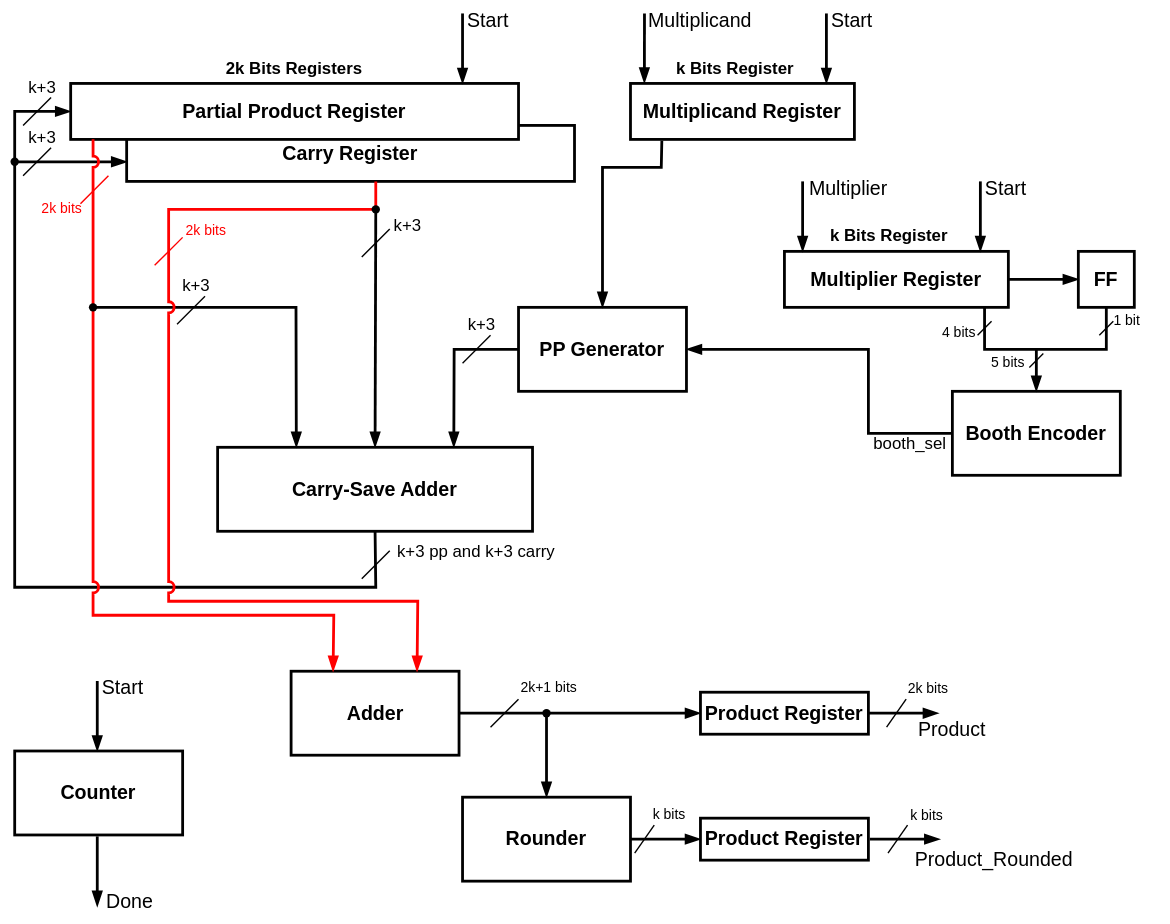
Above: docs/schematic.svg in IlBiondo97/Radix-16-Booth-Encoded-Multiplier (draw.io), before the change. Source tidied: cells renumbered, new cells last; positions are measured from the earlier drawing's top-left corner, leaving out a move shared by most shapes.
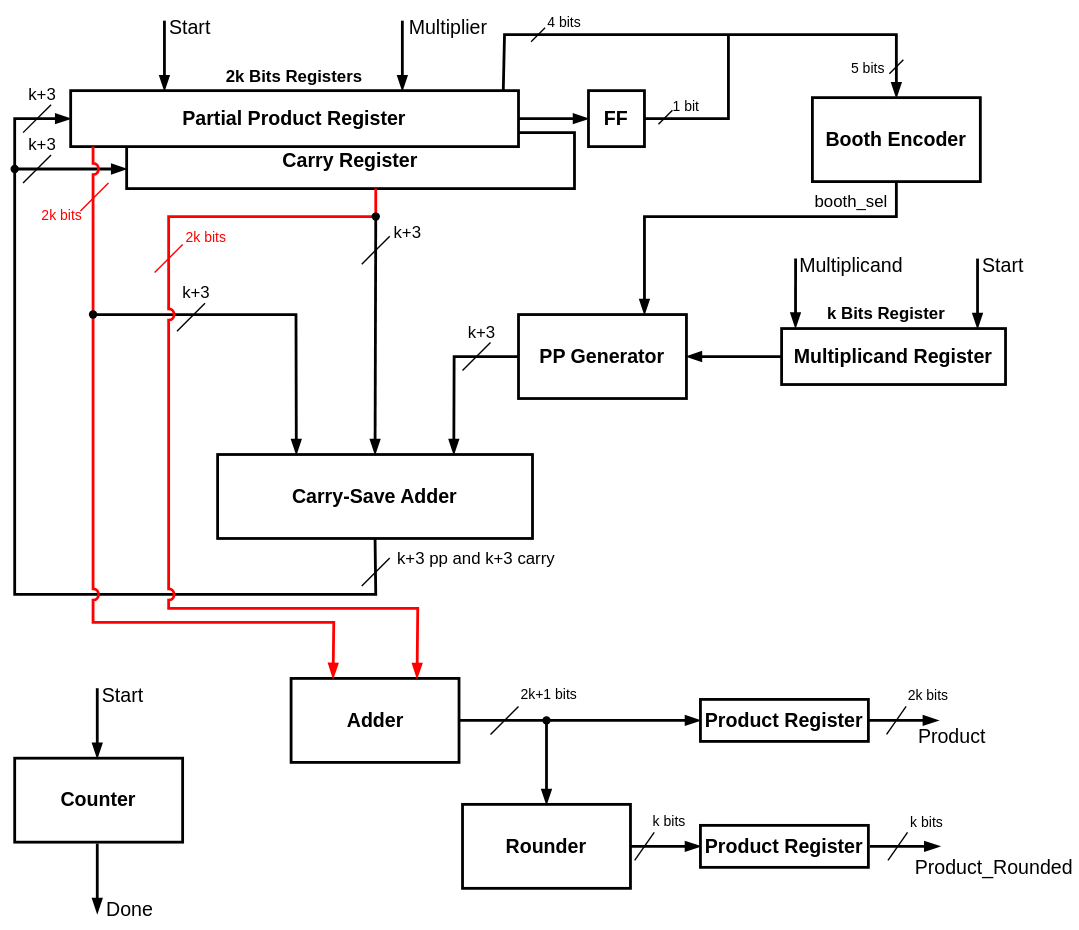
The same diagram one commit later.

Commit message:
chores: updated schematic

The edit, as a diff of the source:
```diff
@@ -12,122 +12,100 @@
       <mxGeometry x="145" y="35" width="130" height="30" as="geometry" />
     </mxCell>
     <mxCell id="5" value="&lt;b&gt;&lt;font style=&quot;font-size: 14px;&quot;&gt;Multiplicand Register&lt;/font&gt;&lt;/b&gt;" style="rounded=0;whiteSpace=wrap;html=1;strokeWidth=2;" parent="1" vertex="1">
-      <mxGeometry x="450" y="60" width="160" height="40" as="geometry" />
+      <mxGeometry x="558" y="230" width="160" height="40" as="geometry" />
     </mxCell>
-    <mxCell id="6" value="&lt;b&gt;&lt;font style=&quot;font-size: 14px;&quot;&gt;Multiplier Register&lt;/font&gt;&lt;/b&gt;" style="rounded=0;whiteSpace=wrap;html=1;strokeWidth=2;" parent="1" vertex="1">
-      <mxGeometry x="560" y="180" width="160" height="40" as="geometry" />
-    </mxCell>
     <mxCell id="7" value="&lt;b&gt;&lt;font style=&quot;font-size: 14px;&quot;&gt;FF&lt;/font&gt;&lt;/b&gt;" style="rounded=0;whiteSpace=wrap;html=1;strokeWidth=2;" parent="1" vertex="1">
-      <mxGeometry x="770" y="180" width="40" height="40" as="geometry" />
+      <mxGeometry x="420" y="60" width="40" height="40" as="geometry" />
     </mxCell>
-    <mxCell id="8" style="endArrow=blockThin;html=1;rounded=0;exitX=1;exitY=0.5;exitDx=0;exitDy=0;entryX=0;entryY=0.5;entryDx=0;entryDy=0;strokeWidth=2;endFill=1;" parent="1" edge="1" source="6" target="7">
-      <mxGeometry relative="1" as="geometry" />
+    <mxCell id="8" style="endArrow=blockThin;html=1;rounded=0;exitX=1;exitY=0.5;exitDx=0;exitDy=0;entryX=0;entryY=0.5;entryDx=0;entryDy=0;strokeWidth=2;endFill=1;" parent="1" edge="1" target="7">
+      <mxGeometry relative="1" as="geometry">
+        <mxPoint x="370" y="80" as="sourcePoint" />
+      </mxGeometry>
     </mxCell>
     <mxCell id="9" style="endArrow=blockThin;html=1;rounded=0;endFill=1;strokeWidth=2;" parent="1" edge="1">
       <mxGeometry relative="1" as="geometry">
-        <mxPoint x="330" y="10" as="sourcePoint" />
-        <mxPoint x="330" y="60" as="targetPoint" />
+        <mxPoint x="117" y="10" as="sourcePoint" />
+        <mxPoint x="117" y="60" as="targetPoint" />
       </mxGeometry>
     </mxCell>
     <mxCell id="10" style="endArrow=blockThin;html=1;rounded=0;endFill=1;strokeWidth=2;" parent="1" edge="1">
       <mxGeometry relative="1" as="geometry">
-        <mxPoint x="590" y="10" as="sourcePoint" />
-        <mxPoint x="590" y="60" as="targetPoint" />
+        <mxPoint x="698" y="180" as="sourcePoint" />
+        <mxPoint x="698" y="230" as="targetPoint" />
       </mxGeometry>
     </mxCell>
-    <mxCell id="11" style="endArrow=blockThin;html=1;rounded=0;endFill=1;strokeWidth=2;" parent="1" edge="1">
-      <mxGeometry relative="1" as="geometry">
-        <mxPoint x="700" y="130" as="sourcePoint" />
-        <mxPoint x="700" y="180" as="targetPoint" />
-      </mxGeometry>
-    </mxCell>
     <mxCell id="12" value="&lt;font style=&quot;font-size: 14px;&quot;&gt;Start&lt;/font&gt;" style="text;html=1;align=center;verticalAlign=middle;strokeColor=none;fillColor=none;" parent="1" vertex="1">
-      <mxGeometry x="323" width="50" height="30" as="geometry" />
+      <mxGeometry x="110" width="50" height="30" as="geometry" />
     </mxCell>
     <mxCell id="13" value="&lt;font style=&quot;font-size: 14px;&quot;&gt;Start&lt;/font&gt;" style="text;html=1;align=center;verticalAlign=middle;strokeColor=none;fillColor=none;" parent="1" vertex="1">
-      <mxGeometry x="583" width="50" height="30" as="geometry" />
+      <mxGeometry x="691" y="170" width="50" height="30" as="geometry" />
     </mxCell>
-    <mxCell id="14" value="&lt;font style=&quot;font-size: 14px;&quot;&gt;Start&lt;/font&gt;" style="text;html=1;align=center;verticalAlign=middle;strokeColor=none;fillColor=none;" parent="1" vertex="1">
-      <mxGeometry x="693" y="120" width="50" height="30" as="geometry" />
-    </mxCell>
     <mxCell id="15" value="&lt;font style=&quot;font-size: 14px;&quot;&gt;&lt;b&gt;Booth Encoder&lt;/b&gt;&lt;/font&gt;" style="rounded=0;whiteSpace=wrap;html=1;fillColor=default;strokeWidth=2;" parent="1" vertex="1">
-      <mxGeometry x="680" y="280" width="120" height="60" as="geometry" />
+      <mxGeometry x="580" y="65" width="120" height="60" as="geometry" />
     </mxCell>
-    <mxCell id="16" style="endArrow=blockThin;html=1;rounded=0;entryX=0.5;entryY=0;entryDx=0;entryDy=0;strokeWidth=2;endFill=1;" parent="1" edge="1" target="15">
+    <mxCell id="16" style="endArrow=blockThin;html=1;rounded=0;entryX=0.5;entryY=0;entryDx=0;entryDy=0;strokeWidth=2;endFill=1;exitX=0.966;exitY=-0.002;exitDx=0;exitDy=0;exitPerimeter=0;" parent="1" edge="1" source="3" target="15">
       <mxGeometry relative="1" as="geometry">
-        <mxPoint x="703" y="220" as="sourcePoint" />
         <Array as="points">
-          <mxPoint x="703" y="250" />
-          <mxPoint x="740" y="250" />
+          <mxPoint x="360" y="20" />
+          <mxPoint x="603" y="20" />
+          <mxPoint x="640" y="20" />
+          <mxPoint x="640" y="35" />
         </Array>
       </mxGeometry>
     </mxCell>
-    <mxCell id="17" style="endArrow=none;html=1;rounded=0;entryX=0.5;entryY=1;entryDx=0;entryDy=0;strokeWidth=2;" parent="1" edge="1" target="7">
-      <mxGeometry relative="1" as="geometry">
-        <mxPoint x="740" y="250" as="sourcePoint" />
-        <Array as="points">
-          <mxPoint x="790" y="250" />
-        </Array>
-      </mxGeometry>
-    </mxCell>
     <mxCell id="18" style="endArrow=none;html=1;rounded=0;" parent="1" edge="1">
       <mxGeometry relative="1" as="geometry">
-        <mxPoint x="698" y="240" as="sourcePoint" />
-        <mxPoint x="708" y="230" as="targetPoint" />
+        <mxPoint x="379" y="25" as="sourcePoint" />
+        <mxPoint x="389" y="15" as="targetPoint" />
       </mxGeometry>
     </mxCell>
     <mxCell id="19" value="&lt;font style=&quot;font-size: 10px;&quot;&gt;4 bits&lt;/font&gt;" style="text;html=1;align=center;verticalAlign=middle;whiteSpace=wrap;rounded=0;glass=0;" parent="1" vertex="1">
-      <mxGeometry x="655" y="223" width="60" height="30" as="geometry" />
+      <mxGeometry x="373" y="-4" width="60" height="30" as="geometry" />
     </mxCell>
     <mxCell id="20" value="&lt;font style=&quot;font-size: 10px;&quot;&gt;1 bit&lt;/font&gt;" style="text;html=1;align=center;verticalAlign=middle;whiteSpace=wrap;rounded=0;" parent="1" vertex="1">
-      <mxGeometry x="775" y="214" width="60" height="30" as="geometry" />
+      <mxGeometry x="460" y="56" width="60" height="30" as="geometry" />
     </mxCell>
     <mxCell id="21" style="endArrow=none;html=1;rounded=0;" parent="1" edge="1">
       <mxGeometry relative="1" as="geometry">
-        <mxPoint x="785" y="240" as="sourcePoint" />
-        <mxPoint x="795" y="230" as="targetPoint" />
+        <mxPoint x="470" y="84" as="sourcePoint" />
+        <mxPoint x="480" y="74" as="targetPoint" />
       </mxGeometry>
     </mxCell>
     <mxCell id="22" value="&lt;b&gt;k Bits Register&lt;/b&gt;&lt;span style=&quot;color: rgba(0, 0, 0, 0); font-family: monospace; font-size: 0px; text-align: start; text-wrap-mode: nowrap;&quot;&gt;%3CmxGraphModel%3E%3Croot%3E%3CmxCell%20id%3D%220%22%2F%3E%3CmxCell%20id%3D%221%22%20parent%3D%220%22%2F%3E%3CmxCell%20id%3D%222%22%20value%3D%22%26lt%3Bb%26gt%3B2k%20Bits%20Registers%26lt%3B%2Fb%26gt%3B%22%20style%3D%22text%3Bhtml%3D1%3Balign%3Dcenter%3BverticalAlign%3Dmiddle%3BwhiteSpace%3Dwrap%3Brounded%3D0%3B%22%20vertex%3D%221%22%20parent%3D%221%22%3E%3CmxGeometry%20x%3D%22175%22%20y%3D%2250%22%20width%3D%22130%22%20height%3D%2230%22%20as%3D%22geometry%22%2F%3E%3C%2FmxCell%3E%3C%2Froot%3E%3C%2FmxGraphModel%3E&lt;/span&gt;" style="text;html=1;align=center;verticalAlign=middle;whiteSpace=wrap;rounded=0;" parent="1" vertex="1">
-      <mxGeometry x="460" y="35" width="130" height="30" as="geometry" />
+      <mxGeometry x="568" y="205" width="130" height="30" as="geometry" />
     </mxCell>
-    <mxCell id="23" value="&lt;b&gt;k Bits Register&lt;/b&gt;&lt;span style=&quot;color: rgba(0, 0, 0, 0); font-family: monospace; font-size: 0px; text-align: start; text-wrap-mode: nowrap;&quot;&gt;%3CmxGraphModel%3E%3Croot%3E%3CmxCell%20id%3D%220%22%2F%3E%3CmxCell%20id%3D%221%22%20parent%3D%220%22%2F%3E%3CmxCell%20id%3D%222%22%20value%3D%22%26lt%3Bb%26gt%3B2k%20Bits%20Registers%26lt%3B%2Fb%26gt%3B%22%20style%3D%22text%3Bhtml%3D1%3Balign%3Dcenter%3BverticalAlign%3Dmiddle%3BwhiteSpace%3Dwrap%3Brounded%3D0%3B%22%20vertex%3D%221%22%20parent%3D%221%22%3E%3CmxGeometry%20x%3D%22175%22%20y%3D%2250%22%20width%3D%22130%22%20height%3D%2230%22%20as%3D%22geometry%22%2F%3E%3C%2FmxCell%3E%3C%2Froot%3E%3C%2FmxGraphModel%3E&lt;/span&gt;" style="text;html=1;align=center;verticalAlign=middle;whiteSpace=wrap;rounded=0;" parent="1" vertex="1">
-      <mxGeometry x="570" y="154" width="130" height="30" as="geometry" />
-    </mxCell>
     <mxCell id="24" style="endArrow=none;html=1;rounded=0;" parent="1" edge="1">
       <mxGeometry relative="1" as="geometry">
-        <mxPoint x="735" y="263" as="sourcePoint" />
-        <mxPoint x="745" y="253" as="targetPoint" />
+        <mxPoint x="635" y="48" as="sourcePoint" />
+        <mxPoint x="645" y="38" as="targetPoint" />
         <Array as="points">
-          <mxPoint x="745" y="253" />
+          <mxPoint x="645" y="38" />
         </Array>
       </mxGeometry>
     </mxCell>
     <mxCell id="25" value="&lt;font style=&quot;font-size: 10px;&quot;&gt;5 bits&lt;/font&gt;" style="text;html=1;align=center;verticalAlign=middle;whiteSpace=wrap;rounded=0;" parent="1" vertex="1">
-      <mxGeometry x="690" y="244" width="60" height="30" as="geometry" />
+      <mxGeometry x="590" y="29" width="60" height="30" as="geometry" />
     </mxCell>
     <mxCell id="26" value="&lt;font style=&quot;font-size: 14px;&quot;&gt;&lt;b&gt;PP Generator&lt;/b&gt;&lt;/font&gt;" style="rounded=0;whiteSpace=wrap;html=1;strokeWidth=2;" parent="1" vertex="1">
       <mxGeometry x="370" y="220" width="120" height="60" as="geometry" />
     </mxCell>
-    <mxCell id="27" style="endArrow=blockThin;html=1;rounded=0;exitX=0.14;exitY=1.025;exitDx=0;exitDy=0;exitPerimeter=0;entryX=0.5;entryY=0;entryDx=0;entryDy=0;strokeWidth=2;endFill=1;" parent="1" edge="1" source="5" target="26">
+    <mxCell id="27" style="endArrow=blockThin;html=1;rounded=0;exitX=0;exitY=0.5;exitDx=0;exitDy=0;entryX=1;entryY=0.5;entryDx=0;entryDy=0;strokeWidth=2;endFill=1;" parent="1" edge="1" source="5" target="26">
       <mxGeometry relative="1" as="geometry">
         <Array as="points">
-          <mxPoint x="472" y="120" />
-          <mxPoint x="430" y="120" />
-          <mxPoint x="430" y="160" />
+          <mxPoint x="530" y="250" />
         </Array>
       </mxGeometry>
     </mxCell>
-    <mxCell id="28" style="endArrow=blockThin;html=1;rounded=0;exitX=0;exitY=0.5;exitDx=0;exitDy=0;entryX=1;entryY=0.5;entryDx=0;entryDy=0;strokeWidth=2;endFill=1;" parent="1" edge="1" source="15" target="26">
+    <mxCell id="28" style="endArrow=blockThin;html=1;rounded=0;exitX=0.5;exitY=1;exitDx=0;exitDy=0;strokeWidth=2;endFill=1;entryX=0.75;entryY=0;entryDx=0;entryDy=0;" parent="1" edge="1" source="15" target="26">
       <mxGeometry relative="1" as="geometry">
         <Array as="points">
-          <mxPoint x="620" y="310" />
-          <mxPoint x="620" y="250" />
+          <mxPoint x="640" y="150" />
+          <mxPoint x="460" y="150" />
         </Array>
       </mxGeometry>
     </mxCell>
     <mxCell id="29" value="booth_sel" style="text;html=1;align=center;verticalAlign=middle;whiteSpace=wrap;rounded=0;" parent="1" vertex="1">
-      <mxGeometry x="620" y="303" width="60" height="30" as="geometry" />
+      <mxGeometry x="578" y="125" width="60" height="30" as="geometry" />
     </mxCell>
     <mxCell id="30" value="&lt;font style=&quot;font-size: 14px;&quot;&gt;&lt;b&gt;Carry-Save Adder&lt;/b&gt;&lt;/font&gt;" style="rounded=0;whiteSpace=wrap;html=1;strokeWidth=2;" parent="1" vertex="1">
       <mxGeometry x="155" y="320" width="225" height="60" as="geometry" />
@@ -253,20 +231,20 @@
     </mxCell>
     <mxCell id="53" style="endArrow=blockThin;html=1;rounded=0;entryX=0.062;entryY=-0.009;entryDx=0;entryDy=0;entryPerimeter=0;strokeWidth=2;endFill=1;" parent="1" edge="1" target="5">
       <mxGeometry relative="1" as="geometry">
-        <mxPoint x="460" y="10" as="sourcePoint" />
+        <mxPoint x="568" y="180" as="sourcePoint" />
       </mxGeometry>
     </mxCell>
     <mxCell id="54" value="&lt;font style=&quot;font-size: 14px;&quot;&gt;Multiplicand&lt;/font&gt;" style="text;html=1;align=center;verticalAlign=middle;whiteSpace=wrap;rounded=0;" parent="1" vertex="1">
-      <mxGeometry x="470" width="60" height="30" as="geometry" />
+      <mxGeometry x="578" y="170" width="60" height="30" as="geometry" />
     </mxCell>
     <mxCell id="55" style="endArrow=blockThin;html=1;rounded=0;entryX=0.062;entryY=-0.009;entryDx=0;entryDy=0;entryPerimeter=0;strokeWidth=2;endFill=1;" parent="1" edge="1">
       <mxGeometry relative="1" as="geometry">
-        <mxPoint x="573" y="130" as="sourcePoint" />
-        <mxPoint x="573" y="180" as="targetPoint" />
+        <mxPoint x="287" y="10" as="sourcePoint" />
+        <mxPoint x="287" y="60" as="targetPoint" />
       </mxGeometry>
     </mxCell>
     <mxCell id="56" value="&lt;font style=&quot;font-size: 14px;&quot;&gt;Multiplier&lt;/font&gt;" style="text;html=1;align=center;verticalAlign=middle;whiteSpace=wrap;rounded=0;" parent="1" vertex="1">
-      <mxGeometry x="576" y="120" width="60" height="30" as="geometry" />
+      <mxGeometry x="290" width="60" height="30" as="geometry" />
     </mxCell>
     <mxCell id="57" value="&lt;font style=&quot;font-size: 14px;&quot;&gt;&lt;b&gt;Rounder&lt;/b&gt;&lt;/font&gt;" style="rounded=0;whiteSpace=wrap;html=1;strokeWidth=2;" parent="1" vertex="1">
       <mxGeometry x="330" y="570" width="120" height="60" as="geometry" />
@@ -388,5 +366,14 @@
     <mxCell id="85" value="k+3 pp and k+3 carry" style="text;html=1;align=center;verticalAlign=middle;whiteSpace=wrap;rounded=0;" parent="1" vertex="1">
       <mxGeometry x="275" y="380" width="130" height="30" as="geometry" />
     </mxCell>
+    <mxCell id="86" style="endArrow=none;html=1;rounded=0;exitX=1;exitY=0.5;exitDx=0;exitDy=0;strokeWidth=2;" parent="1" edge="1" source="7">
+      <mxGeometry relative="1" as="geometry">
+        <mxPoint x="520" y="20" as="targetPoint" />
+        <Array as="points">
+          <mxPoint x="520" y="80" />
+          <mxPoint x="520" y="40" />
+        </Array>
+      </mxGeometry>
+    </mxCell>
   </root>
 </mxGraphModel>
```
